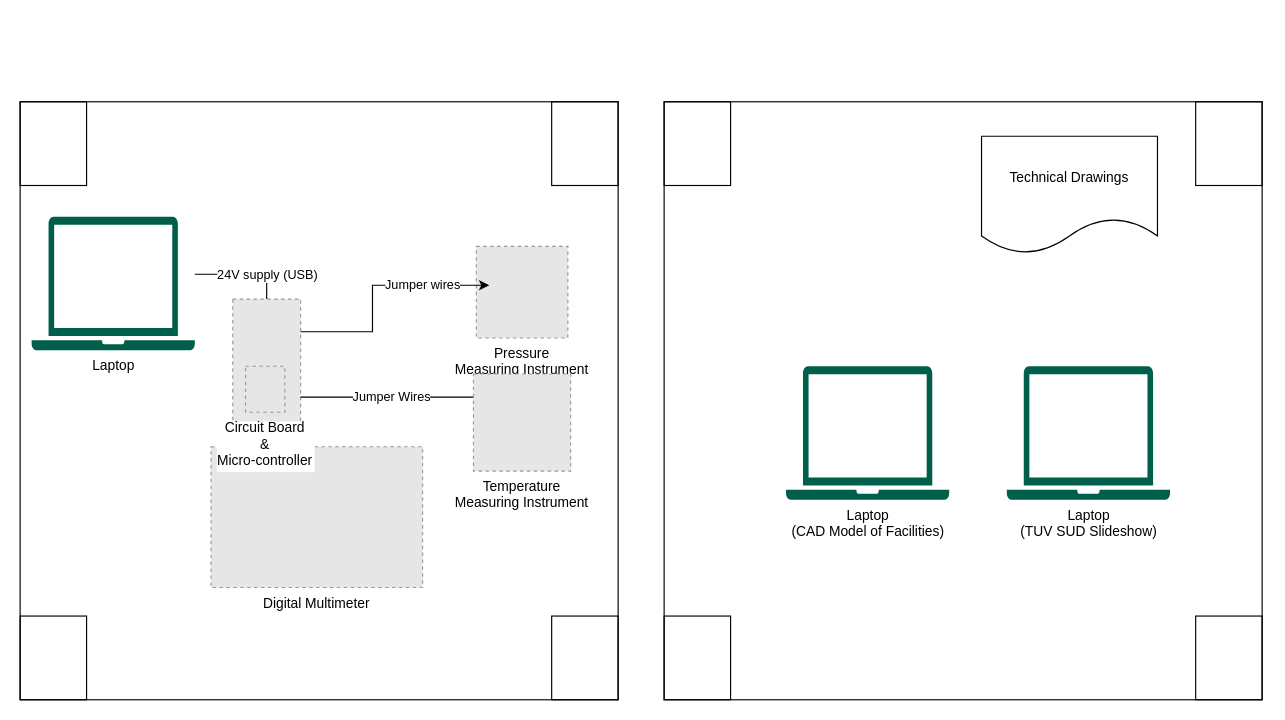
Earlier version of the draw.io diagram page "Page-1" (1 of 2) of STEM Event Exhibit.drawio (josephmcg16/nel). Source tidied: cells renumbered, new cells numbered last; positions are measured from the earlier drawing's top-left corner, leaving out a move shared by most shapes. Both pictures are drawn from the tidied source at 115%, with x=0, y=0 at pixel (20, 101). Pictures stored in the file or linked from it are replaced by grey dashed boxes.
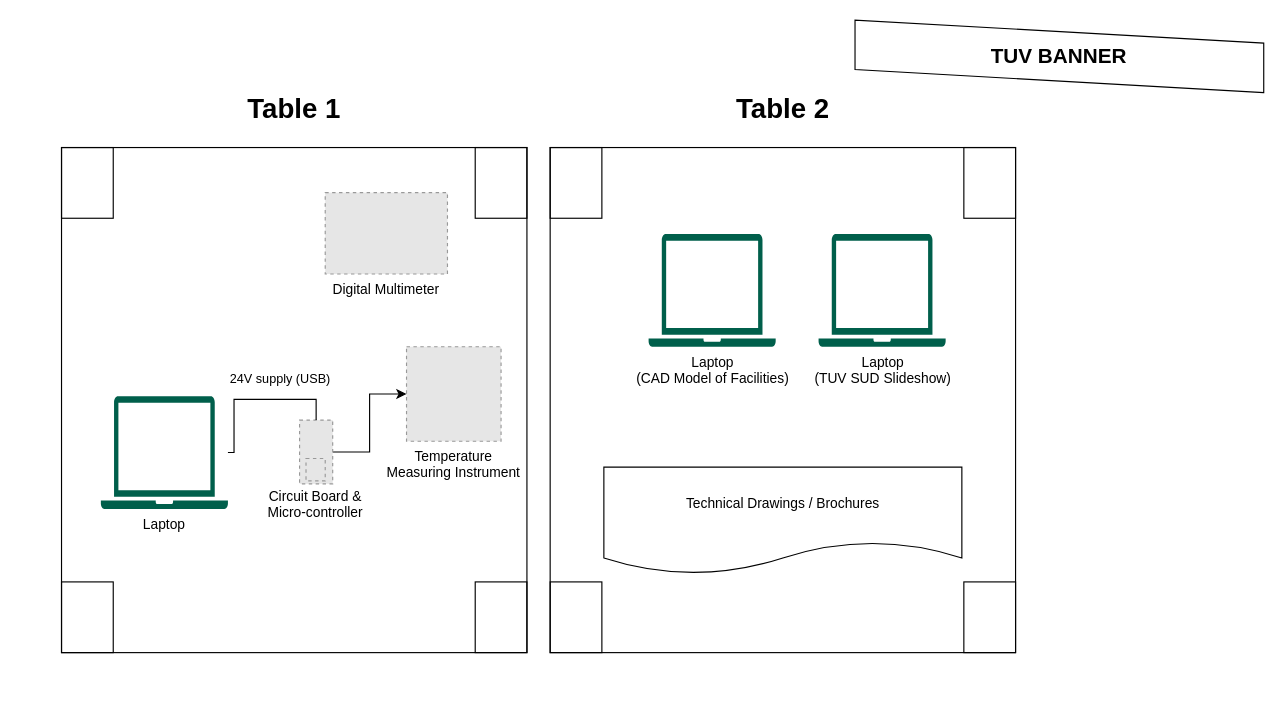
The same diagram, later.

Change to the diagram source:
```diff
@@
+    <mxCell id="20" style="group;labelPosition=center;verticalLabelPosition=top;align=center;verticalAlign=bottom;" parent="1" vertex="1">
+      <mxGeometry x="36" y="-61" width="1040" height="540" as="geometry" />
+    </mxCell>
+    <mxCell id="21" style="group;labelPosition=center;verticalLabelPosition=top;align=center;verticalAlign=bottom;" parent="20" vertex="1">
+      <mxGeometry y="100.8" width="829.6" height="439.2" as="geometry" />
+    </mxCell>
-    <mxCell id="2" style="verticalLabelPosition=bottom;html=1;verticalAlign=top;align=center;shape=mxgraph.floorplan.table;" parent="1" vertex="1">
-      <mxGeometry width="520" height="520" as="geometry" />
+    <mxCell id="2" value="&lt;h1&gt;Table 1&lt;/h1&gt;" style="verticalLabelPosition=top;html=1;verticalAlign=bottom;align=center;shape=mxgraph.floorplan.table;labelPosition=center;" parent="21" vertex="1">
+      <mxGeometry width="404.7" height="439.2" as="geometry" />
     </mxCell>
-    <mxCell id="3" style="verticalLabelPosition=bottom;html=1;verticalAlign=top;align=center;shape=mxgraph.floorplan.table;" parent="1" vertex="1">
-      <mxGeometry x="560" width="520" height="520" as="geometry" />
+    <mxCell id="3" value="&lt;h1&gt;Table 2&lt;/h1&gt;" style="verticalLabelPosition=top;html=1;verticalAlign=bottom;align=center;shape=mxgraph.floorplan.table;labelPosition=center;" parent="21" vertex="1">
+      <mxGeometry x="424.9" width="404.7" height="439.2" as="geometry" />
     </mxCell>
-    <mxCell id="4" style="group;" parent="1" vertex="1">
-      <mxGeometry x="10" y="100" width="468.7" height="290" as="geometry" />
-    </mxCell>
-    <mxCell id="5" value="Digital Multimeter" style="fillColor=#E6E6E6;strokeColor=#999999;dashed=1;verticalLabelPosition=bottom;labelBackgroundColor=default;verticalAlign=top;" parent="4" vertex="1">
-      <mxGeometry x="156" y="200" width="184" height="122.4" as="geometry" />
-    </mxCell>
+    <mxCell id="16" value="Laptop&lt;br&gt;(CAD Model of Facilities)" style="sketch=0;shadow=0;dashed=0;html=1;strokeColor=none;fillColor=#005F4B;labelPosition=center;verticalLabelPosition=bottom;verticalAlign=top;align=center;shape=mxgraph.veeam2.laptop;" parent="21" vertex="1">
+      <mxGeometry x="510.5" y="75.2" width="110.5" height="98" as="geometry" />
+    </mxCell>
+    <mxCell id="18" value="Laptop&lt;br&gt;(TUV SUD Slideshow)" style="sketch=0;shadow=0;dashed=0;html=1;strokeColor=none;fillColor=#005F4B;labelPosition=center;verticalLabelPosition=bottom;verticalAlign=top;align=center;shape=mxgraph.veeam2.laptop;" parent="21" vertex="1">
+      <mxGeometry x="658.3" y="75.2" width="110.5" height="98" as="geometry" />
+    </mxCell>
+    <mxCell id="19" value="Technical Drawings / Brochures" style="shape=document;whiteSpace=wrap;html=1;boundedLbl=1;" parent="21" vertex="1">
+      <mxGeometry x="471.6" y="277.9" width="311.3" height="92.9" as="geometry" />
+    </mxCell>
+    <mxCell id="17" value="Temperature &#10;Measuring Instrument" style="fillColor=#E6E6E6;strokeColor=#999999;dashed=1;verticalLabelPosition=bottom;labelBackgroundColor=default;verticalAlign=top;" parent="21" vertex="1">
+      <mxGeometry x="300" y="173.2" width="82.2" height="82.2" as="geometry" />
+    </mxCell>
-    <mxCell id="6" value="Laptop" style="sketch=0;shadow=0;dashed=0;html=1;strokeColor=none;fillColor=#005F4B;labelPosition=center;verticalLabelPosition=bottom;verticalAlign=top;align=center;outlineConnect=0;shape=mxgraph.veeam2.laptop;" parent="4" vertex="1">
-      <mxGeometry width="141.9" height="116" as="geometry" />
+    <mxCell id="6" value="Laptop" style="sketch=0;shadow=0;dashed=0;html=1;strokeColor=none;fillColor=#005F4B;labelPosition=center;verticalLabelPosition=bottom;verticalAlign=top;align=center;outlineConnect=0;shape=mxgraph.veeam2.laptop;" parent="21" vertex="1">
+      <mxGeometry x="34.2" y="216.2" width="110.5" height="98" as="geometry" />
     </mxCell>
+    <mxCell id="22" style="edgeStyle=orthogonalEdgeStyle;rounded=0;jettySize=auto;html=1;entryX=0;entryY=0.5;entryDx=0;entryDy=0;" parent="21" edge="1" source="7" target="17">
+      <mxGeometry relative="1" as="geometry" />
+    </mxCell>
-    <mxCell id="7" style="fillColor=#E6E6E6;strokeColor=#999999;dashed=1;verticalLabelPosition=bottom;labelBackgroundColor=default;verticalAlign=top;" parent="4" vertex="1">
-      <mxGeometry x="174.9" y="71.6" width="59" height="113.6" as="geometry" />
+    <mxCell id="7" style="fillColor=#E6E6E6;strokeColor=#999999;dashed=1;verticalLabelPosition=bottom;labelBackgroundColor=default;verticalAlign=top;" parent="21" vertex="1">
+      <mxGeometry x="207" y="237" width="28.8" height="55.4" as="geometry" />
     </mxCell>
-    <mxCell id="8" style="edgeStyle=orthogonalEdgeStyle;rounded=0;jettySize=auto;html=1;strokeColor=default;endArrow=none;endFill=0;entryX=0.5;entryY=0;entryDx=0;entryDy=0;" parent="4" edge="1" source="6" target="7">
+    <mxCell id="8" style="edgeStyle=orthogonalEdgeStyle;rounded=0;jettySize=auto;html=1;strokeColor=default;endArrow=none;endFill=0;entryX=0.5;entryY=0;entryDx=0;entryDy=0;" parent="21" edge="1" source="6" target="7">
       <mxGeometry relative="1" as="geometry">
         <Array as="points">
-          <mxPoint x="204" y="50" />
+          <mxPoint x="150" y="265" />
+          <mxPoint x="150" y="219" />
+          <mxPoint x="221" y="219" />
         </Array>
       </mxGeometry>
     </mxCell>
     <mxCell id="9" value="24V supply (USB)" style="edgeLabel;html=1;align=center;verticalAlign=middle;" parent="8" vertex="1">
       <mxGeometry x="-0.06" relative="1" as="geometry">
-        <mxPoint x="23" as="offset" />
+        <mxPoint x="25" y="-18" as="offset" />
       </mxGeometry>
     </mxCell>
-    <mxCell id="10" value="Pressure &#10;Measuring Instrument" style="fillColor=#E6E6E6;strokeColor=#999999;dashed=1;verticalLabelPosition=bottom;labelBackgroundColor=default;verticalAlign=top;" parent="4" vertex="1">
-      <mxGeometry x="386.7" y="25.8" width="79.6" height="79.6" as="geometry" />
-    </mxCell>
-    <mxCell id="11" style="edgeStyle=orthogonalEdgeStyle;rounded=0;jettySize=auto;html=1;exitX=1;exitY=0.25;exitDx=0;exitDy=0;" parent="4" edge="1" source="7">
-      <mxGeometry relative="1" as="geometry">
-        <mxPoint x="398" y="59.5" as="targetPoint" />
-        <Array as="points">
-          <mxPoint x="296.4" y="99.9" />
-          <mxPoint x="296.4" y="59.3" />
-        </Array>
-      </mxGeometry>
-    </mxCell>
-    <mxCell id="12" value="Jumper wires" style="edgeLabel;html=1;align=center;verticalAlign=middle;" parent="11" vertex="1">
-      <mxGeometry x="-0.43" y="2" relative="1" as="geometry">
-        <mxPoint x="48" y="-40" as="offset" />
-      </mxGeometry>
-    </mxCell>
-    <mxCell id="13" style="edgeStyle=orthogonalEdgeStyle;rounded=0;jettySize=auto;html=1;exitX=1;exitY=0.75;exitDx=0;exitDy=0;" parent="4" edge="1" source="7">
-      <mxGeometry relative="1" as="geometry">
-        <mxPoint x="410" y="157" as="targetPoint" />
-        <Array as="points">
-          <mxPoint x="408" y="157" />
-        </Array>
-      </mxGeometry>
-    </mxCell>
-    <mxCell id="14" value="Jumper Wires" style="edgeLabel;html=1;align=center;verticalAlign=middle;" parent="13" vertex="1">
-      <mxGeometry x="0.07" y="1" relative="1" as="geometry">
-        <mxPoint x="-15" y="1" as="offset" />
-      </mxGeometry>
-    </mxCell>
-    <mxCell id="15" value="Circuit Board&#10;&amp;&#10;Micro-controller" style="fillColor=#E6E6E6;strokeColor=#999999;dashed=1;verticalLabelPosition=bottom;labelBackgroundColor=default;verticalAlign=top;" parent="4" vertex="1">
-      <mxGeometry x="186" y="130" width="34.2" height="40" as="geometry" />
+    <mxCell id="15" value="Circuit Board &amp;&#10;Micro-controller" style="fillColor=#E6E6E6;strokeColor=#999999;dashed=1;verticalLabelPosition=bottom;labelBackgroundColor=default;verticalAlign=top;" parent="21" vertex="1">
+      <mxGeometry x="212.6" y="270.4" width="16.7" height="19.5" as="geometry" />
     </mxCell>
-    <mxCell id="16" value="Laptop&lt;br&gt;(CAD Model of Facilities)" style="sketch=0;shadow=0;dashed=0;html=1;strokeColor=none;fillColor=#005F4B;labelPosition=center;verticalLabelPosition=bottom;verticalAlign=top;align=center;shape=mxgraph.veeam2.laptop;" parent="1" vertex="1">
-      <mxGeometry x="666" y="230" width="141.9" height="116" as="geometry" />
-    </mxCell>
-    <mxCell id="17" value="Temperature &#10;Measuring Instrument" style="fillColor=#E6E6E6;strokeColor=#999999;dashed=1;verticalLabelPosition=bottom;labelBackgroundColor=default;verticalAlign=top;" parent="1" vertex="1">
-      <mxGeometry x="394.2" y="236.7" width="84.5" height="84.5" as="geometry" />
-    </mxCell>
-    <mxCell id="18" value="Laptop&lt;br&gt;(TUV SUD Slideshow)" style="sketch=0;shadow=0;dashed=0;html=1;strokeColor=none;fillColor=#005F4B;labelPosition=center;verticalLabelPosition=bottom;verticalAlign=top;align=center;shape=mxgraph.veeam2.laptop;" parent="1" vertex="1">
-      <mxGeometry x="858" y="230" width="141.9" height="116" as="geometry" />
-    </mxCell>
-    <mxCell id="19" value="Technical Drawings" style="shape=document;whiteSpace=wrap;html=1;boundedLbl=1;" parent="1" vertex="1">
-      <mxGeometry x="836" y="30" width="153" height="102" as="geometry" />
-    </mxCell>
+    <mxCell id="5" value="Digital Multimeter" style="fillColor=#E6E6E6;strokeColor=#999999;dashed=1;verticalLabelPosition=bottom;labelBackgroundColor=default;verticalAlign=top;" parent="21" vertex="1">
+      <mxGeometry x="229.3" y="39.2" width="106.3" height="70.8" as="geometry" />
+    </mxCell>
+    <mxCell id="23" value="&lt;h2&gt;TUV BANNER&lt;/h2&gt;" style="shape=parallelogram;perimeter=parallelogramPerimeter;whiteSpace=wrap;html=1;fixedSize=1;direction=north;rotation=0;" parent="20" vertex="1">
+      <mxGeometry x="690" y="-10" width="355.4" height="63" as="geometry" />
+    </mxCell>
```
